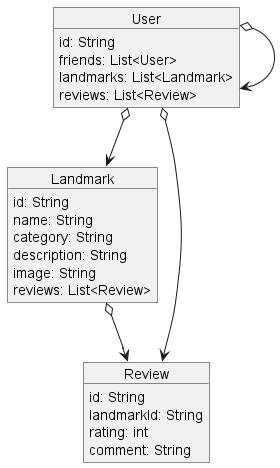
This is images/ConceptsDiagram.png from Arquisoft/lomap_en2b, a PlantUML export, as it was before one commit. The source it was exported from:
```plantuml
@startuml
object User{
    id: String
    friends: List<User>
    landmarks: List<Landmark>
    reviews: List<Review>
}

object Landmark{
    id: String
    name: String
    category: String
    description: String
    image: String
    reviews: List<Review>
}

object Review{
    id: String
    landmarkId: String
    rating: int
    comment: String
}

User o--> User
User o--> Landmark
User o--> Review
Landmark o--> Review
@enduml
```
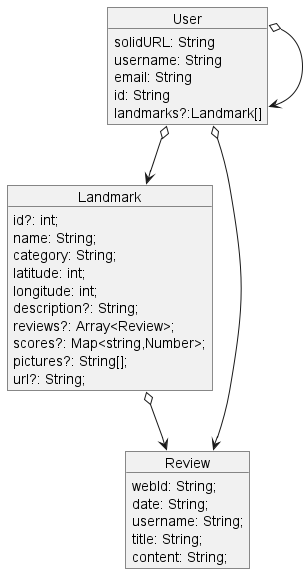
The same file after the commit.

Change to the diagram source:
```diff
@@ -1,25 +1,31 @@
 @startuml
 object User{
+    solidURL: String
+    username: String
+    email: String
     id: String
-    friends: List<User>
-    landmarks: List<Landmark>
-    reviews: List<Review>
+    landmarks?:Landmark[]
 }
 
 object Landmark{
-    id: String
-    name: String
-    category: String
-    description: String
-    image: String
-    reviews: List<Review>
+    id?: int;
+    name: String;
+    category: String;
+    latitude: int;
+    longitude: int;
+    description?: String;
+    reviews?: Array<Review>;
+    scores?: Map<string,Number>;
+    pictures?: String[];
+    url?: String;
 }
 
 object Review{
-    id: String
-    landmarkId: String
-    rating: int
-    comment: String
+    webId: String;
+    date: String;
+    username: String;
+    title: String;
+    content: String;
 }
 
 User o--> User
```
